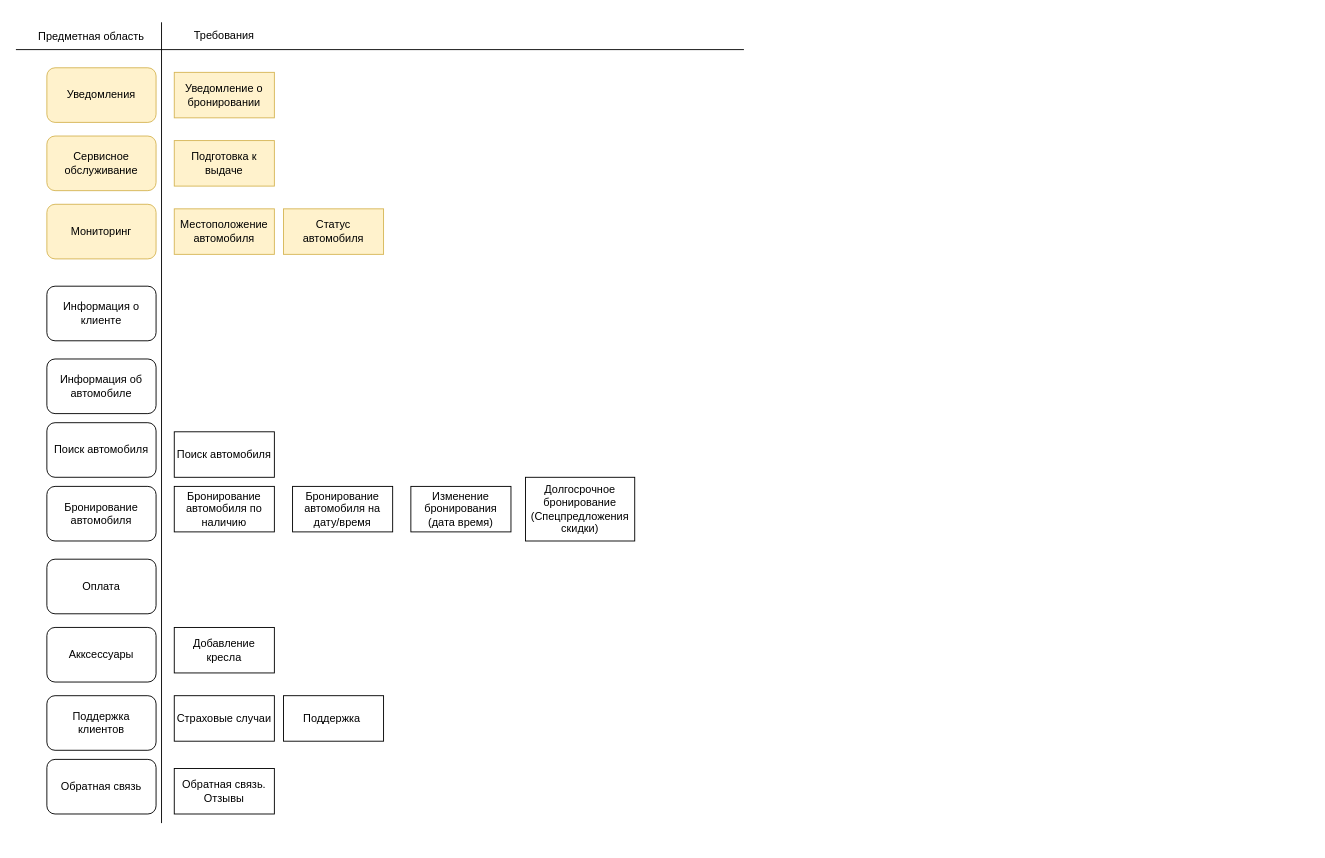
Earlier version of the draw.io diagram Диаграмма без названия.drawio (RomanLunev/microserviceArchitecture). Source tidied: cells renumbered, new cells numbered last; positions are measured from the earlier drawing's top-left corner, leaving out a move shared by most shapes. Both pictures are drawn from the tidied source at 91%, with x=0, y=0 at pixel (15, 22).
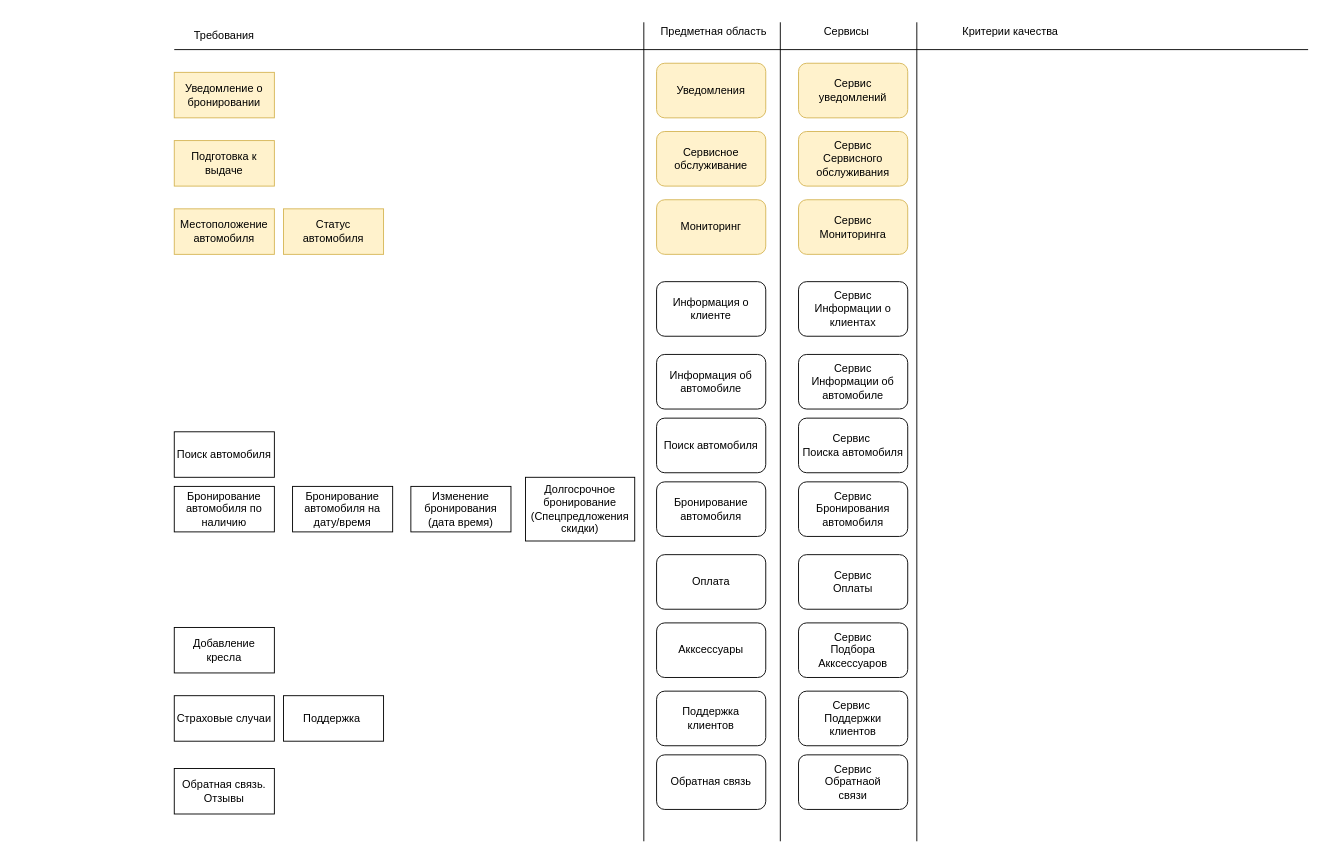
The same page after the edit.

Change to the diagram source:
```diff
@@
     <mxCell id="14" value="&lt;div&gt;&lt;span style=&quot;background-color: initial;&quot;&gt;Информация о клиенте&lt;/span&gt;&lt;/div&gt;" style="rounded=1;whiteSpace=wrap;html=1;" parent="1" vertex="1">
-      <mxGeometry x="34" y="290" width="120" height="60" as="geometry" />
+      <mxGeometry x="704" y="285" width="120" height="60" as="geometry" />
     </mxCell>
     <mxCell id="15" value="&lt;div&gt;&lt;span style=&quot;background-color: initial;&quot;&gt;Информация об автомобиле&lt;/span&gt;&lt;/div&gt;" style="rounded=1;whiteSpace=wrap;html=1;" parent="1" vertex="1">
-      <mxGeometry x="34" y="370" width="120" height="60" as="geometry" />
+      <mxGeometry x="704" y="365" width="120" height="60" as="geometry" />
     </mxCell>
     <mxCell id="16" value="&lt;div&gt;&lt;span style=&quot;background-color: initial;&quot;&gt;Поиск автомобиля&lt;/span&gt;&lt;/div&gt;" style="rounded=1;whiteSpace=wrap;html=1;" parent="1" vertex="1">
-      <mxGeometry x="34" y="440" width="120" height="60" as="geometry" />
+      <mxGeometry x="704" y="435" width="120" height="60" as="geometry" />
     </mxCell>
     <mxCell id="17" value="&lt;div&gt;&lt;span style=&quot;background-color: initial;&quot;&gt;Бронирование&lt;/span&gt;&lt;/div&gt;&lt;div&gt;&lt;span style=&quot;background-color: initial;&quot;&gt;автомобиля&lt;/span&gt;&lt;/div&gt;" style="rounded=1;whiteSpace=wrap;html=1;" parent="1" vertex="1">
-      <mxGeometry x="34" y="510" width="120" height="60" as="geometry" />
+      <mxGeometry x="704" y="505" width="120" height="60" as="geometry" />
     </mxCell>
     <mxCell id="18" value="&lt;div&gt;&lt;span style=&quot;background-color: initial;&quot;&gt;Уведомления&lt;/span&gt;&lt;/div&gt;" style="rounded=1;whiteSpace=wrap;html=1;fillColor=#fff2cc;strokeColor=#d6b656;" parent="1" vertex="1">
-      <mxGeometry x="34" y="50" width="120" height="60" as="geometry" />
+      <mxGeometry x="704" y="45" width="120" height="60" as="geometry" />
     </mxCell>
     <mxCell id="19" value="&lt;div&gt;&lt;span style=&quot;background-color: initial;&quot;&gt;Оплата&lt;/span&gt;&lt;/div&gt;" style="rounded=1;whiteSpace=wrap;html=1;" parent="1" vertex="1">
-      <mxGeometry x="34" y="590" width="120" height="60" as="geometry" />
+      <mxGeometry x="704" y="585" width="120" height="60" as="geometry" />
     </mxCell>
     <mxCell id="20" value="&lt;div&gt;&lt;span style=&quot;background-color: initial;&quot;&gt;Акксессуары&lt;/span&gt;&lt;/div&gt;" style="rounded=1;whiteSpace=wrap;html=1;" parent="1" vertex="1">
-      <mxGeometry x="34" y="665" width="120" height="60" as="geometry" />
+      <mxGeometry x="704" y="660" width="120" height="60" as="geometry" />
     </mxCell>
     <mxCell id="21" value="&lt;div&gt;&lt;span style=&quot;background-color: initial;&quot;&gt;Поддержка&lt;/span&gt;&lt;/div&gt;&lt;div&gt;&lt;span style=&quot;background-color: initial;&quot;&gt;клиентов&lt;/span&gt;&lt;/div&gt;" style="rounded=1;whiteSpace=wrap;html=1;" parent="1" vertex="1">
-      <mxGeometry x="34" y="740" width="120" height="60" as="geometry" />
+      <mxGeometry x="704" y="735" width="120" height="60" as="geometry" />
     </mxCell>
     <mxCell id="22" value="&lt;div&gt;Обратная связь&lt;/div&gt;" style="rounded=1;whiteSpace=wrap;html=1;" parent="1" vertex="1">
-      <mxGeometry x="34" y="810" width="120" height="60" as="geometry" />
+      <mxGeometry x="704" y="805" width="120" height="60" as="geometry" />
     </mxCell>
     <mxCell id="23" value="&lt;div&gt;&lt;span style=&quot;background-color: initial;&quot;&gt;Мониторинг&lt;/span&gt;&lt;/div&gt;" style="rounded=1;whiteSpace=wrap;html=1;fillColor=#fff2cc;strokeColor=#d6b656;" parent="1" vertex="1">
-      <mxGeometry x="34" y="200" width="120" height="60" as="geometry" />
+      <mxGeometry x="704" y="195" width="120" height="60" as="geometry" />
     </mxCell>
@@
     <mxCell id="25" value="&lt;div&gt;&lt;span style=&quot;background-color: initial;&quot;&gt;Сервисное обслуживание&lt;/span&gt;&lt;/div&gt;" style="rounded=1;whiteSpace=wrap;html=1;fillColor=#fff2cc;strokeColor=#d6b656;" parent="1" vertex="1">
-      <mxGeometry x="34" y="125" width="120" height="60" as="geometry" />
+      <mxGeometry x="704" y="120" width="120" height="60" as="geometry" />
     </mxCell>
     <mxCell id="26" style="endArrow=none;html=1;rounded=0;" parent="1" edge="1">
       <mxGeometry relative="1" as="geometry">
-        <mxPoint x="160" y="880" as="sourcePoint" />
-        <mxPoint x="160" as="targetPoint" />
+        <mxPoint x="840" y="900" as="sourcePoint" />
+        <mxPoint x="840" as="targetPoint" />
       </mxGeometry>
     </mxCell>
     <mxCell id="27" value="&lt;h1 style=&quot;margin-top: 0px;&quot;&gt;&lt;span style=&quot;font-weight: normal;&quot;&gt;&lt;font style=&quot;font-size: 12px;&quot;&gt;Предметная область&lt;/font&gt;&lt;/span&gt;&lt;/h1&gt;" style="text;html=1;align=center;verticalAlign=middle;whiteSpace=wrap;rounded=0;" parent="1" vertex="1">
-      <mxGeometry x="20" y="5" width="126" height="30" as="geometry" />
+      <mxGeometry x="704" width="126" height="30" as="geometry" />
     </mxCell>
@@
     <mxCell id="30" style="endArrow=none;html=1;rounded=0;" parent="1" edge="1">
       <mxGeometry relative="1" as="geometry">
-        <mxPoint x="800" y="30" as="sourcePoint" />
-        <mxPoint y="30" as="targetPoint" />
+        <mxPoint x="1420" y="30" as="sourcePoint" />
+        <mxPoint x="174" y="30" as="targetPoint" />
       </mxGeometry>
     </mxCell>
+    <mxCell id="31" style="endArrow=none;html=1;rounded=0;" parent="1" edge="1">
+      <mxGeometry relative="1" as="geometry">
+        <mxPoint x="690" as="sourcePoint" />
+        <mxPoint x="690" y="900" as="targetPoint" />
+      </mxGeometry>
+    </mxCell>
+    <mxCell id="32" value="&lt;h1 style=&quot;margin-top: 0px;&quot;&gt;&lt;span style=&quot;font-size: 12px; font-weight: 400;&quot;&gt;Сервисы&lt;/span&gt;&lt;/h1&gt;" style="text;html=1;align=center;verticalAlign=middle;whiteSpace=wrap;rounded=0;" parent="1" vertex="1">
+      <mxGeometry x="850" width="126" height="30" as="geometry" />
+    </mxCell>
+    <mxCell id="33" value="&lt;div&gt;&lt;span style=&quot;background-color: initial;&quot;&gt;Сервис&lt;/span&gt;&lt;/div&gt;&lt;div&gt;&lt;span style=&quot;background-color: initial;&quot;&gt;уведомлений&lt;/span&gt;&lt;/div&gt;" style="rounded=1;whiteSpace=wrap;html=1;fillColor=#fff2cc;strokeColor=#d6b656;" parent="1" vertex="1">
+      <mxGeometry x="860" y="45" width="120" height="60" as="geometry" />
+    </mxCell>
+    <mxCell id="34" value="&lt;div&gt;&lt;span style=&quot;background-color: initial;&quot;&gt;Сервис&lt;/span&gt;&lt;/div&gt;&lt;div&gt;&lt;span style=&quot;background-color: initial;&quot;&gt;Сервисного обслуживания&lt;/span&gt;&lt;/div&gt;" style="rounded=1;whiteSpace=wrap;html=1;fillColor=#fff2cc;strokeColor=#d6b656;" parent="1" vertex="1">
+      <mxGeometry x="860" y="120" width="120" height="60" as="geometry" />
+    </mxCell>
+    <mxCell id="35" value="&lt;div&gt;Сервис&lt;span style=&quot;background-color: initial;&quot;&gt;&lt;/span&gt;&lt;/div&gt;&lt;div&gt;&lt;span style=&quot;background-color: initial;&quot;&gt;Мониторинга&lt;/span&gt;&lt;/div&gt;" style="rounded=1;whiteSpace=wrap;html=1;fillColor=#fff2cc;strokeColor=#d6b656;" parent="1" vertex="1">
+      <mxGeometry x="860" y="195" width="120" height="60" as="geometry" />
+    </mxCell>
+    <mxCell id="36" value="&lt;div&gt;&lt;span style=&quot;background-color: initial;&quot;&gt;Сервис И&lt;/span&gt;&lt;span style=&quot;background-color: initial;&quot;&gt;нформации о клиентах&lt;/span&gt;&lt;/div&gt;" style="rounded=1;whiteSpace=wrap;html=1;" parent="1" vertex="1">
+      <mxGeometry x="860" y="285" width="120" height="60" as="geometry" />
+    </mxCell>
+    <mxCell id="37" value="&lt;div&gt;&lt;span style=&quot;background-color: initial;&quot;&gt;Сервис&lt;/span&gt;&lt;/div&gt;&lt;div&gt;&lt;span style=&quot;background-color: initial;&quot;&gt;Информации об автомобиле&lt;/span&gt;&lt;/div&gt;" style="rounded=1;whiteSpace=wrap;html=1;" parent="1" vertex="1">
+      <mxGeometry x="860" y="365" width="120" height="60" as="geometry" />
+    </mxCell>
+    <mxCell id="38" value="&lt;div&gt;&lt;span style=&quot;background-color: initial;&quot;&gt;Сервис&amp;nbsp;&lt;/span&gt;&lt;/div&gt;&lt;div&gt;&lt;span style=&quot;background-color: initial;&quot;&gt;Поиска автомобиля&lt;/span&gt;&lt;/div&gt;" style="rounded=1;whiteSpace=wrap;html=1;" parent="1" vertex="1">
+      <mxGeometry x="860" y="435" width="120" height="60" as="geometry" />
+    </mxCell>
+    <mxCell id="39" value="&lt;div&gt;&lt;span style=&quot;background-color: initial;&quot;&gt;Сервис&lt;/span&gt;&lt;/div&gt;&lt;div&gt;&lt;span style=&quot;background-color: initial;&quot;&gt;Бронирования&lt;/span&gt;&lt;/div&gt;&lt;div&gt;&lt;span style=&quot;background-color: initial;&quot;&gt;автомобиля&lt;/span&gt;&lt;/div&gt;" style="rounded=1;whiteSpace=wrap;html=1;" parent="1" vertex="1">
+      <mxGeometry x="860" y="505" width="120" height="60" as="geometry" />
+    </mxCell>
+    <mxCell id="40" value="&lt;div&gt;Сервис&lt;span style=&quot;background-color: initial;&quot;&gt;&lt;/span&gt;&lt;/div&gt;&lt;div&gt;&lt;span style=&quot;background-color: initial;&quot;&gt;Оплаты&lt;/span&gt;&lt;/div&gt;" style="rounded=1;whiteSpace=wrap;html=1;" parent="1" vertex="1">
+      <mxGeometry x="860" y="585" width="120" height="60" as="geometry" />
+    </mxCell>
+    <mxCell id="41" value="&lt;div&gt;&lt;span style=&quot;background-color: initial;&quot;&gt;Сервис&lt;/span&gt;&lt;/div&gt;&lt;div&gt;&lt;span style=&quot;background-color: initial;&quot;&gt;Подбора Акксессуаров&lt;/span&gt;&lt;/div&gt;" style="rounded=1;whiteSpace=wrap;html=1;" parent="1" vertex="1">
+      <mxGeometry x="860" y="660" width="120" height="60" as="geometry" />
+    </mxCell>
+    <mxCell id="42" value="&lt;div&gt;&lt;span style=&quot;background-color: initial;&quot;&gt;Сервис&amp;nbsp;&lt;/span&gt;&lt;/div&gt;&lt;div&gt;&lt;span style=&quot;background-color: initial;&quot;&gt;Поддержки&lt;/span&gt;&lt;/div&gt;&lt;div&gt;&lt;span style=&quot;background-color: initial;&quot;&gt;клиентов&lt;/span&gt;&lt;/div&gt;" style="rounded=1;whiteSpace=wrap;html=1;" parent="1" vertex="1">
+      <mxGeometry x="860" y="735" width="120" height="60" as="geometry" />
+    </mxCell>
+    <mxCell id="43" value="&lt;div&gt;&lt;span style=&quot;background-color: initial;&quot;&gt;Сервис&lt;/span&gt;&lt;/div&gt;&lt;div&gt;Обратнаой&lt;/div&gt;&lt;div&gt;связи&lt;/div&gt;" style="rounded=1;whiteSpace=wrap;html=1;" parent="1" vertex="1">
+      <mxGeometry x="860" y="805" width="120" height="60" as="geometry" />
+    </mxCell>
+    <mxCell id="44" style="endArrow=none;html=1;rounded=0;" parent="1" edge="1">
+      <mxGeometry relative="1" as="geometry">
+        <mxPoint x="990" y="900" as="sourcePoint" />
+        <mxPoint x="990" as="targetPoint" />
+      </mxGeometry>
+    </mxCell>
+    <mxCell id="45" value="&lt;h1 style=&quot;margin-top: 0px;&quot;&gt;&lt;span style=&quot;font-size: 12px; font-weight: 400;&quot;&gt;Критерии качества&lt;/span&gt;&lt;/h1&gt;" style="text;html=1;align=center;verticalAlign=middle;whiteSpace=wrap;rounded=0;" parent="1" vertex="1">
+      <mxGeometry x="1030" width="126" height="30" as="geometry" />
+    </mxCell>
```
